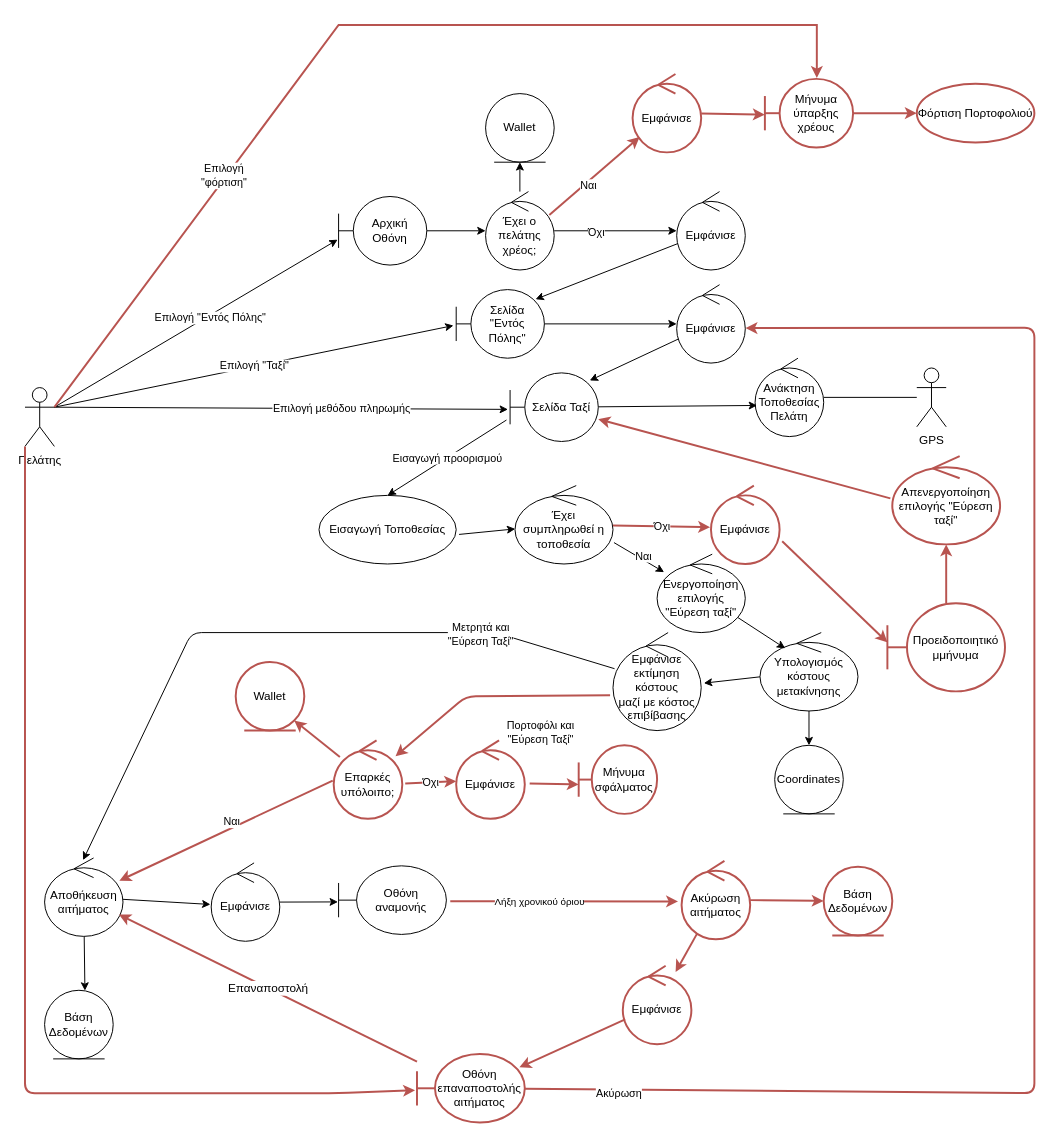
Nikolis2002/texnoligia_logismikou keeps this draw.io diagram as Part_3/Robustness/diagrams/07_Επιλογή_Τάξι.drawio. Above is the earlier version. Source tidied: cells renumbered, new cells numbered last; positions are measured from the earlier drawing's top-left corner, leaving out a move shared by most shapes. Both pictures are drawn from the tidied source at 98%, with x=0, y=0 at pixel (24, 24).
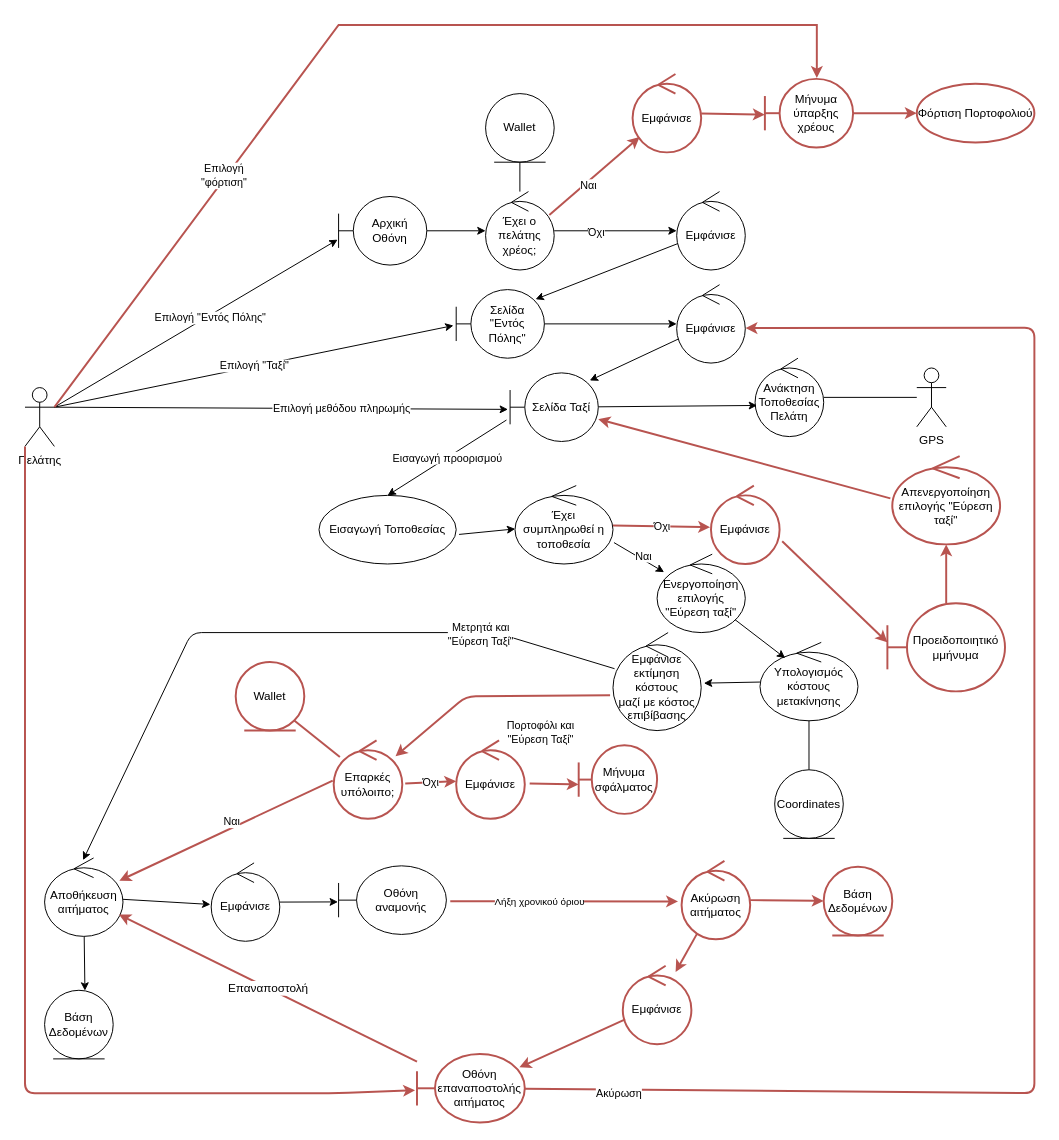
The same diagram, later.

Unchanged cells that the change refers to:
```xml
<mxCell id="13" value="Έχει ο πελάτης χρέος;" style="ellipse;shape=umlControl;whiteSpace=wrap;html=1;" parent="1" vertex="1">
  <mxGeometry x="470" y="170" width="70" height="80" as="geometry" />
</mxCell>
<mxCell id="18" value="Wallet" style="ellipse;shape=umlEntity;whiteSpace=wrap;html=1;" parent="1" vertex="1">
  <mxGeometry x="470" y="70" width="70" height="70" as="geometry" />
</mxCell>
<mxCell id="52" value="Επαρκές υπόλοιπο;" style="ellipse;shape=umlControl;whiteSpace=wrap;html=1;fillColor=none;strokeColor=#b85450;strokeWidth=2;" parent="1" vertex="1">
  <mxGeometry x="315" y="730" width="70" height="80" as="geometry" />
</mxCell>
<mxCell id="73" value="Wallet" style="ellipse;shape=umlEntity;whiteSpace=wrap;html=1;fillColor=none;strokeColor=#b85450;strokeWidth=2;" parent="1" vertex="1">
  <mxGeometry x="215" y="650" width="70" height="70" as="geometry" />
</mxCell>
```

What changed in the source:
```diff
@@
-    <mxCell id="12" style="edgeStyle=none;html=1;entryX=0.5;entryY=1;entryDx=0;entryDy=0;" parent="1" edge="1" source="13" target="18">
+    <mxCell id="12" style="edgeStyle=none;html=1;entryX=0.5;entryY=1;entryDx=0;entryDy=0;endArrow=none;endFill=0;" parent="1" edge="1" source="13" target="18">
       <mxGeometry relative="1" as="geometry" />
     </mxCell>
@@
-    <mxCell id="29" style="edgeStyle=none;html=1;" parent="1" edge="1" source="31" target="32">
+    <mxCell id="29" style="edgeStyle=none;html=1;endArrow=none;endFill=0;" parent="1" edge="1" source="31" target="32">
       <mxGeometry relative="1" as="geometry" />
     </mxCell>
@@
     <mxCell id="31" value="Υπολογισμός κόστους μετακίνησης" style="ellipse;shape=umlControl;whiteSpace=wrap;html=1;" parent="1" vertex="1">
-      <mxGeometry x="750" y="620" width="100" height="80" as="geometry" />
+      <mxGeometry x="750" y="630" width="100" height="80" as="geometry" />
     </mxCell>
     <mxCell id="32" value="Coordinates" style="ellipse;shape=umlEntity;whiteSpace=wrap;html=1;" parent="1" vertex="1">
-      <mxGeometry x="765" y="735" width="70" height="70" as="geometry" />
+      <mxGeometry x="765" y="760" width="70" height="70" as="geometry" />
     </mxCell>
@@
-    <mxCell id="51" style="edgeStyle=none;html=1;entryX=1;entryY=1;entryDx=0;entryDy=0;fontSize=12;fillColor=none;strokeColor=#b85450;strokeWidth=2;" parent="1" edge="1" source="52" target="73">
+    <mxCell id="51" style="edgeStyle=none;html=1;entryX=1;entryY=1;entryDx=0;entryDy=0;fontSize=12;fillColor=none;strokeColor=#b85450;strokeWidth=2;endArrow=none;endFill=0;" parent="1" edge="1" source="52" target="73">
       <mxGeometry relative="1" as="geometry" />
     </mxCell>
```
